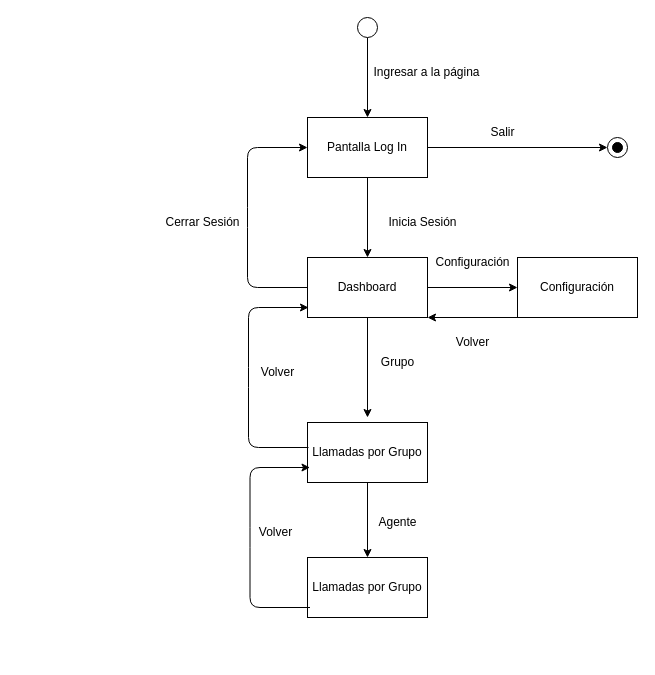
Above: Diagramas/Diagrama de Navegacion.drawio in Qualicenter/QualiCenter (draw.io), before the change. Source tidied: cells renumbered, new cells numbered last; positions are measured from the earlier drawing's top-left corner, leaving out a move shared by most shapes. Both pictures are drawn from the tidied source at 100%, with x=0, y=0 at pixel (152, 17).
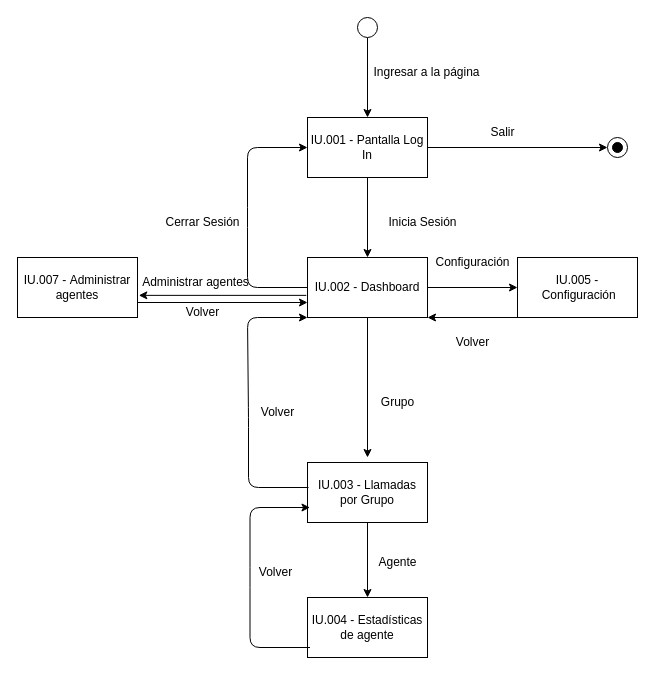
Above is the later version.

Commit message:
Pantallas con id y pantalla de administrar agentes, diagrama de navegación

Diff of the diagram source:
```diff
@@
-    <mxCell id="5" value="Pantalla Log In" style="rounded=0;whiteSpace=wrap;html=1;" parent="1" vertex="1">
+    <mxCell id="5" value="IU.001 - Pantalla Log In" style="rounded=0;whiteSpace=wrap;html=1;" parent="1" vertex="1">
       <mxGeometry x="155" y="100" width="120" height="60" as="geometry" />
     </mxCell>
@@
-    <mxCell id="8" style="edgeStyle=none;html=1;" parent="1" edge="1" source="9">
+    <mxCell id="8" style="edgeStyle=none;html=1;exitX=0.5;exitY=1;exitDx=0;exitDy=0;" parent="1" edge="1" source="9">
       <mxGeometry relative="1" as="geometry">
-        <mxPoint x="215" y="400" as="targetPoint" />
+        <mxPoint x="215" y="440" as="targetPoint" />
       </mxGeometry>
     </mxCell>
+    <mxCell id="30" style="edgeStyle=none;html=1;exitX=-0.01;exitY=0.631;exitDx=0;exitDy=0;entryX=1.011;entryY=0.631;entryDx=0;entryDy=0;entryPerimeter=0;exitPerimeter=0;" parent="1" edge="1" source="9" target="32">
+      <mxGeometry relative="1" as="geometry" />
+    </mxCell>
-    <mxCell id="9" value="Dashboard" style="rounded=0;whiteSpace=wrap;html=1;" parent="1" vertex="1">
+    <mxCell id="9" value="IU.002 -&amp;nbsp;Dashboard" style="rounded=0;whiteSpace=wrap;html=1;" parent="1" vertex="1">
       <mxGeometry x="155" y="240" width="120" height="60" as="geometry" />
     </mxCell>
@@
     <mxCell id="16" value="Grupo" style="text;html=1;align=center;verticalAlign=middle;strokeColor=none;fillColor=none;" parent="1" vertex="1">
-      <mxGeometry x="215" y="330" width="60" height="30" as="geometry" />
+      <mxGeometry x="215" y="370" width="60" height="30" as="geometry" />
     </mxCell>
@@
-    <mxCell id="19" value="Llamadas por Grupo" style="rounded=0;whiteSpace=wrap;html=1;" parent="1" vertex="1">
-      <mxGeometry x="155" y="405" width="120" height="60" as="geometry" />
+    <mxCell id="19" value="IU.003 -&amp;nbsp;Llamadas por Grupo" style="rounded=0;whiteSpace=wrap;html=1;" parent="1" vertex="1">
+      <mxGeometry x="155" y="445" width="120" height="60" as="geometry" />
     </mxCell>
-    <mxCell id="20" style="edgeStyle=none;html=1;entryX=0;entryY=0.5;entryDx=0;entryDy=0;exitX=0;exitY=0.5;exitDx=0;exitDy=0;" parent="1" edge="1">
+    <mxCell id="20" style="edgeStyle=none;html=1;entryX=0;entryY=1;entryDx=0;entryDy=0;exitX=0;exitY=0.5;exitDx=0;exitDy=0;" parent="1" edge="1" target="9">
       <mxGeometry relative="1" as="geometry">
-        <mxPoint x="156" y="430" as="sourcePoint" />
-        <mxPoint x="156" y="290" as="targetPoint" />
+        <mxPoint x="156" y="470" as="sourcePoint" />
         <Array as="points">
-          <mxPoint x="96" y="430" />
-          <mxPoint x="96" y="360" />
-          <mxPoint x="96" y="290" />
+          <mxPoint x="96" y="470" />
+          <mxPoint x="96" y="400" />
+          <mxPoint x="95" y="300" />
         </Array>
       </mxGeometry>
     </mxCell>
     <mxCell id="21" value="Volver" style="text;html=1;align=center;verticalAlign=middle;strokeColor=none;fillColor=none;" parent="1" vertex="1">
-      <mxGeometry x="95" y="340" width="60" height="30" as="geometry" />
+      <mxGeometry x="95" y="380" width="60" height="30" as="geometry" />
     </mxCell>
-    <mxCell id="22" value="Llamadas por Grupo" style="rounded=0;whiteSpace=wrap;html=1;" parent="1" vertex="1">
-      <mxGeometry x="155" y="540" width="120" height="60" as="geometry" />
+    <mxCell id="22" value="IU.004 -&amp;nbsp;Estadísticas de agente" style="rounded=0;whiteSpace=wrap;html=1;" parent="1" vertex="1">
+      <mxGeometry x="155" y="580" width="120" height="60" as="geometry" />
     </mxCell>
     <mxCell id="23" value="Agente" style="text;html=1;align=center;verticalAlign=middle;strokeColor=none;fillColor=none;" parent="1" vertex="1">
-      <mxGeometry x="215" y="490" width="60" height="30" as="geometry" />
+      <mxGeometry x="215" y="530" width="60" height="30" as="geometry" />
     </mxCell>
     <mxCell id="24" value="Volver" style="text;html=1;align=center;verticalAlign=middle;strokeColor=none;fillColor=none;" parent="1" vertex="1">
-      <mxGeometry x="92.5" y="500" width="60" height="30" as="geometry" />
+      <mxGeometry x="92.5" y="540" width="60" height="30" as="geometry" />
     </mxCell>
     <mxCell id="25" style="edgeStyle=none;html=1;entryX=0;entryY=0.5;entryDx=0;entryDy=0;exitX=0;exitY=0.5;exitDx=0;exitDy=0;" parent="1" edge="1">
       <mxGeometry relative="1" as="geometry">
-        <mxPoint x="157.5" y="590" as="sourcePoint" />
-        <mxPoint x="157.5" y="450" as="targetPoint" />
+        <mxPoint x="157.5" y="630" as="sourcePoint" />
+        <mxPoint x="157.5" y="490" as="targetPoint" />
         <Array as="points">
-          <mxPoint x="97.5" y="590" />
-          <mxPoint x="97.5" y="520" />
-          <mxPoint x="97.5" y="450" />
+          <mxPoint x="97.5" y="630" />
+          <mxPoint x="97.5" y="560" />
+          <mxPoint x="97.5" y="490" />
         </Array>
       </mxGeometry>
     </mxCell>
@@
-    <mxCell id="28" value="Configuración" style="rounded=0;whiteSpace=wrap;html=1;" parent="1" vertex="1">
+    <mxCell id="28" value="IU.005 -&amp;nbsp;Configuración" style="rounded=0;whiteSpace=wrap;html=1;" parent="1" vertex="1">
       <mxGeometry x="365" y="240" width="120" height="60" as="geometry" />
     </mxCell>
@@
+    <mxCell id="31" style="edgeStyle=none;html=1;exitX=1;exitY=0.75;exitDx=0;exitDy=0;entryX=0;entryY=0.75;entryDx=0;entryDy=0;" parent="1" edge="1" source="32" target="9">
+      <mxGeometry relative="1" as="geometry" />
+    </mxCell>
+    <mxCell id="32" value="IU.007 -&amp;nbsp;Administrar agentes" style="rounded=0;whiteSpace=wrap;html=1;" parent="1" vertex="1">
+      <mxGeometry x="-135" y="240" width="120" height="60" as="geometry" />
+    </mxCell>
+    <mxCell id="33" value="Administrar agentes" style="text;html=1;align=center;verticalAlign=middle;strokeColor=none;fillColor=none;" parent="1" vertex="1">
+      <mxGeometry x="-22.5" y="250" width="130" height="30" as="geometry" />
+    </mxCell>
+    <mxCell id="34" value="Volver" style="text;html=1;align=center;verticalAlign=middle;strokeColor=none;fillColor=none;" parent="1" vertex="1">
+      <mxGeometry x="20" y="280" width="60" height="30" as="geometry" />
+    </mxCell>
```
